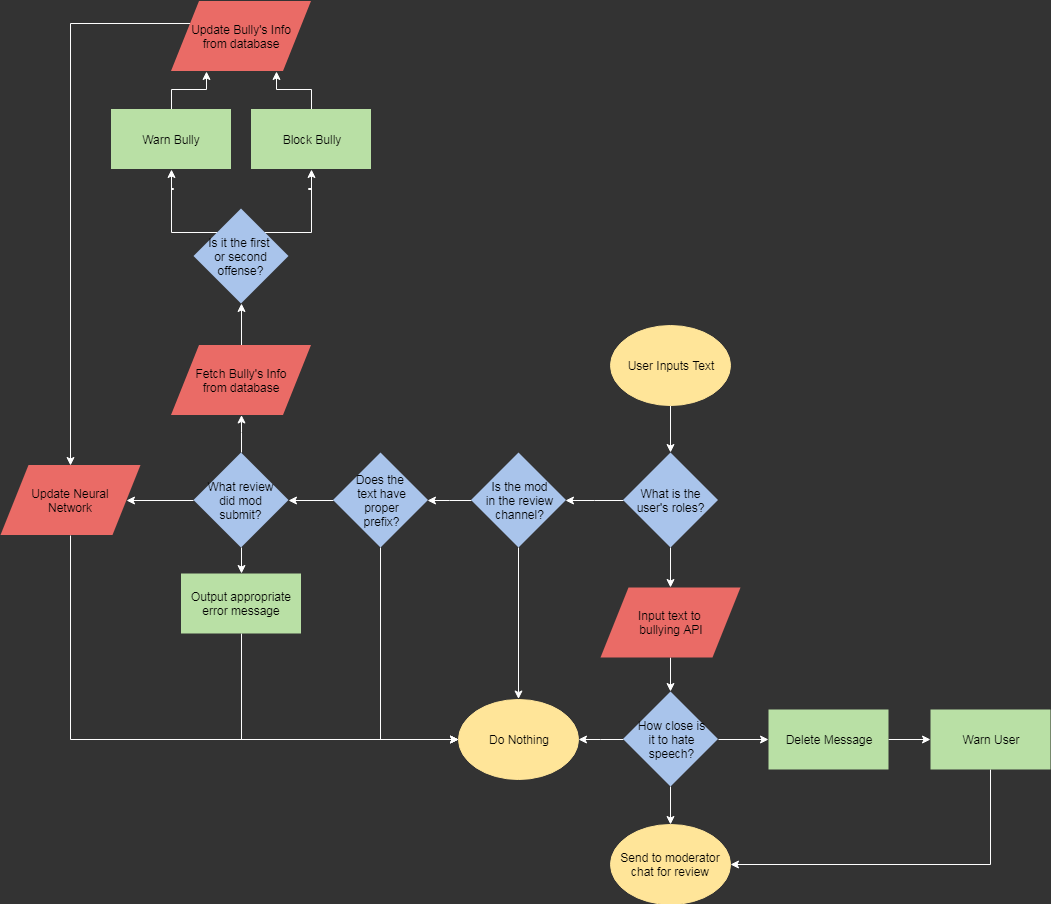
The draw.io diagram Main Program/Main Program.png in QiLinXue/ICS4U, before a commit. Source tidied: cells renumbered, new cells last; positions are measured from the earlier drawing's top-left corner, leaving out a move shared by most shapes.
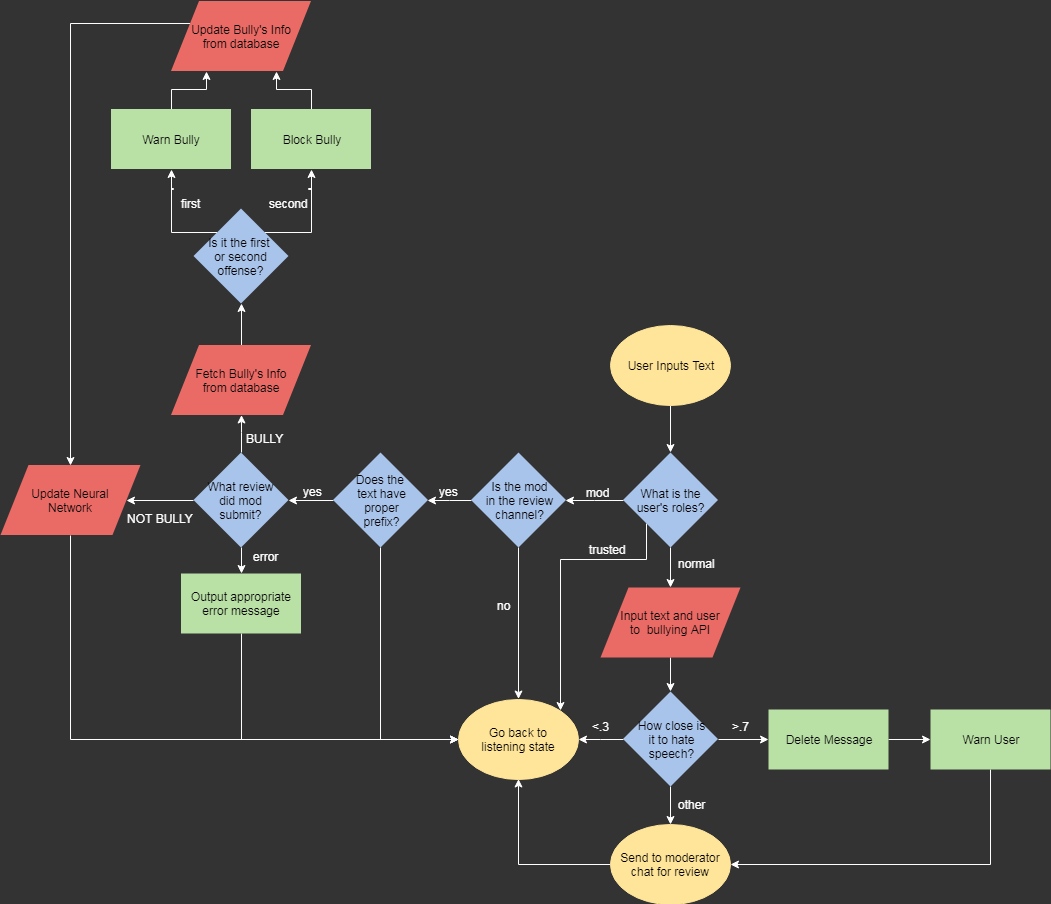
The same file after the commit.

Change to the diagram source:
```diff
@@ -11,7 +11,7 @@
     <mxCell id="4" style="edgeStyle=orthogonalEdgeStyle;rounded=0;html=1;exitX=0.5;exitY=1;jettySize=auto;strokeColor=#FFFFFF;" parent="1" edge="1" source="5" target="9">
       <mxGeometry relative="1" as="geometry" />
     </mxCell>
-    <mxCell id="5" value="Input text to &lt;br&gt;bullying API" style="shape=parallelogram;perimeter=parallelogramPerimeter;whiteSpace=wrap;html=1;fillColor=#EA6B66;strokeColor=none;" parent="1" vertex="1">
+    <mxCell id="5" value="Input text and user&lt;br&gt;to&amp;nbsp; bullying API" style="shape=parallelogram;perimeter=parallelogramPerimeter;whiteSpace=wrap;html=1;fillColor=#EA6B66;strokeColor=none;" parent="1" vertex="1">
       <mxGeometry x="600" y="587" width="140" height="70" as="geometry" />
     </mxCell>
     <mxCell id="6" style="edgeStyle=orthogonalEdgeStyle;rounded=0;html=1;exitX=0;exitY=0.5;jettySize=auto;strokeColor=#FFFFFF;" parent="1" edge="1" source="9" target="10">
@@ -26,9 +26,12 @@
     <mxCell id="9" value="How close is&lt;br&gt;it to hate&lt;br&gt;speech?&lt;br&gt;" style="rhombus;whiteSpace=wrap;html=1;strokeColor=none;fillColor=#A9C4EB;" parent="1" vertex="1">
       <mxGeometry x="622.5" y="691" width="95" height="95" as="geometry" />
     </mxCell>
-    <mxCell id="10" value="Do Nothing&lt;br&gt;" style="ellipse;whiteSpace=wrap;html=1;fillColor=#FFE599;strokeColor=#FFE599;" parent="1" vertex="1">
+    <mxCell id="10" value="Go back to&lt;br&gt;listening state&lt;br&gt;" style="ellipse;whiteSpace=wrap;html=1;fillColor=#FFE599;strokeColor=#FFE599;" parent="1" vertex="1">
       <mxGeometry x="458" y="698.5" width="120" height="80" as="geometry" />
     </mxCell>
+    <mxCell id="44" style="edgeStyle=orthogonalEdgeStyle;rounded=0;html=1;exitX=0;exitY=0.5;jettySize=auto;strokeColor=#FFFFFF;" parent="1" edge="1" source="11" target="10">
+      <mxGeometry relative="1" as="geometry" />
+    </mxCell>
     <mxCell id="11" value="Send to moderator chat for review&lt;br&gt;" style="ellipse;whiteSpace=wrap;html=1;fillColor=#FFE599;strokeColor=#FFE599;" parent="1" vertex="1">
       <mxGeometry x="610" y="823.5" width="120" height="80" as="geometry" />
     </mxCell>
@@ -50,6 +53,14 @@
     <mxCell id="17" style="edgeStyle=orthogonalEdgeStyle;rounded=0;html=1;exitX=0;exitY=0.5;jettySize=auto;strokeColor=#FFFFFF;" parent="1" edge="1" source="18" target="21">
       <mxGeometry relative="1" as="geometry" />
     </mxCell>
+    <mxCell id="45" style="edgeStyle=orthogonalEdgeStyle;rounded=0;html=1;exitX=0;exitY=1;entryX=1;entryY=0;jettySize=auto;strokeColor=#FFFFFF;" parent="1" edge="1" source="18" target="10">
+      <mxGeometry relative="1" as="geometry">
+        <Array as="points">
+          <mxPoint x="646" y="559" />
+          <mxPoint x="560" y="559" />
+        </Array>
+      </mxGeometry>
+    </mxCell>
     <mxCell id="18" value="What is the user's roles?&lt;br&gt;" style="rhombus;whiteSpace=wrap;html=1;strokeColor=none;fillColor=#A9C4EB;" parent="1" vertex="1">
       <mxGeometry x="622.5" y="452" width="95" height="95" as="geometry" />
     </mxCell>
@@ -144,5 +155,47 @@
     <mxCell id="43" value="Block Bully" style="rounded=0;whiteSpace=wrap;html=1;strokeColor=none;fillColor=#B9E0A5;" parent="1" vertex="1">
       <mxGeometry x="250.5" y="108.5" width="120" height="60" as="geometry" />
     </mxCell>
+    <mxCell id="46" value="&lt;font color=&quot;#ffffff&quot;&gt;normal&lt;/font&gt;" style="text;html=1;align=left;verticalAlign=top;spacingTop=-4;" parent="1" vertex="1">
+      <mxGeometry x="676" y="554" width="47" height="14" as="geometry" />
+    </mxCell>
+    <mxCell id="47" value="&lt;font color=&quot;#ffffff&quot;&gt;trusted&lt;/font&gt;" style="text;html=1;align=left;verticalAlign=top;spacingTop=-4;" parent="1" vertex="1">
+      <mxGeometry x="586.5" y="540" width="47" height="14" as="geometry" />
+    </mxCell>
+    <mxCell id="48" value="&lt;font color=&quot;#ffffff&quot;&gt;mod&lt;/font&gt;" style="text;html=1;align=left;verticalAlign=top;spacingTop=-4;" parent="1" vertex="1">
+      <mxGeometry x="583.5" y="483" width="33" height="14" as="geometry" />
+    </mxCell>
+    <mxCell id="49" value="&lt;font color=&quot;#ffffff&quot;&gt;no&lt;/font&gt;" style="text;html=1;align=left;verticalAlign=top;spacingTop=-4;" parent="1" vertex="1">
+      <mxGeometry x="495" y="596" width="23" height="14" as="geometry" />
+    </mxCell>
+    <mxCell id="50" value="&lt;font color=&quot;#ffffff&quot;&gt;yes&lt;/font&gt;" style="text;html=1;align=left;verticalAlign=top;spacingTop=-4;" parent="1" vertex="1">
+      <mxGeometry x="437" y="482" width="29" height="14" as="geometry" />
+    </mxCell>
+    <mxCell id="51" value="&lt;font color=&quot;#ffffff&quot;&gt;yes&lt;/font&gt;" style="text;html=1;align=left;verticalAlign=top;spacingTop=-4;" parent="1" vertex="1">
+      <mxGeometry x="300.5" y="482" width="29" height="14" as="geometry" />
+    </mxCell>
+    <mxCell id="52" value="&lt;font color=&quot;#ffffff&quot;&gt;error&lt;/font&gt;" style="text;html=1;align=left;verticalAlign=top;spacingTop=-4;" parent="1" vertex="1">
+      <mxGeometry x="250.5" y="547" width="35" height="14" as="geometry" />
+    </mxCell>
+    <mxCell id="53" value="&lt;font color=&quot;#ffffff&quot;&gt;BULLY&lt;/font&gt;" style="text;html=1;align=left;verticalAlign=top;spacingTop=-4;" parent="1" vertex="1">
+      <mxGeometry x="243.5" y="429" width="47" height="14" as="geometry" />
+    </mxCell>
+    <mxCell id="54" value="&lt;font color=&quot;#ffffff&quot;&gt;NOT BULLY&lt;/font&gt;" style="text;html=1;align=left;verticalAlign=top;spacingTop=-4;" parent="1" vertex="1">
+      <mxGeometry x="125" y="509" width="76" height="14" as="geometry" />
+    </mxCell>
+    <mxCell id="55" value="&lt;font color=&quot;#ffffff&quot;&gt;first&lt;/font&gt;" style="text;html=1;align=left;verticalAlign=top;spacingTop=-4;" parent="1" vertex="1">
+      <mxGeometry x="178.5" y="194" width="29" height="14" as="geometry" />
+    </mxCell>
+    <mxCell id="56" value="&lt;font color=&quot;#ffffff&quot;&gt;second&lt;/font&gt;" style="text;html=1;align=left;verticalAlign=top;spacingTop=-4;" parent="1" vertex="1">
+      <mxGeometry x="267" y="194" width="49" height="14" as="geometry" />
+    </mxCell>
+    <mxCell id="57" value="&lt;font color=&quot;#ffffff&quot;&gt;&amp;gt;.7&lt;/font&gt;" style="text;html=1;align=left;verticalAlign=top;spacingTop=-4;" parent="1" vertex="1">
+      <mxGeometry x="730" y="717" width="27" height="14" as="geometry" />
+    </mxCell>
+    <mxCell id="58" value="&lt;font color=&quot;#ffffff&quot;&gt;&amp;lt;.3&lt;/font&gt;" style="text;html=1;align=left;verticalAlign=top;spacingTop=-4;" parent="1" vertex="1">
+      <mxGeometry x="589.5" y="717" width="27" height="14" as="geometry" />
+    </mxCell>
+    <mxCell id="59" value="&lt;font color=&quot;#ffffff&quot;&gt;other&lt;/font&gt;" style="text;html=1;align=left;verticalAlign=top;spacingTop=-4;" parent="1" vertex="1">
+      <mxGeometry x="676" y="795" width="37" height="14" as="geometry" />
+    </mxCell>
   </root>
 </mxGraphModel>
```
